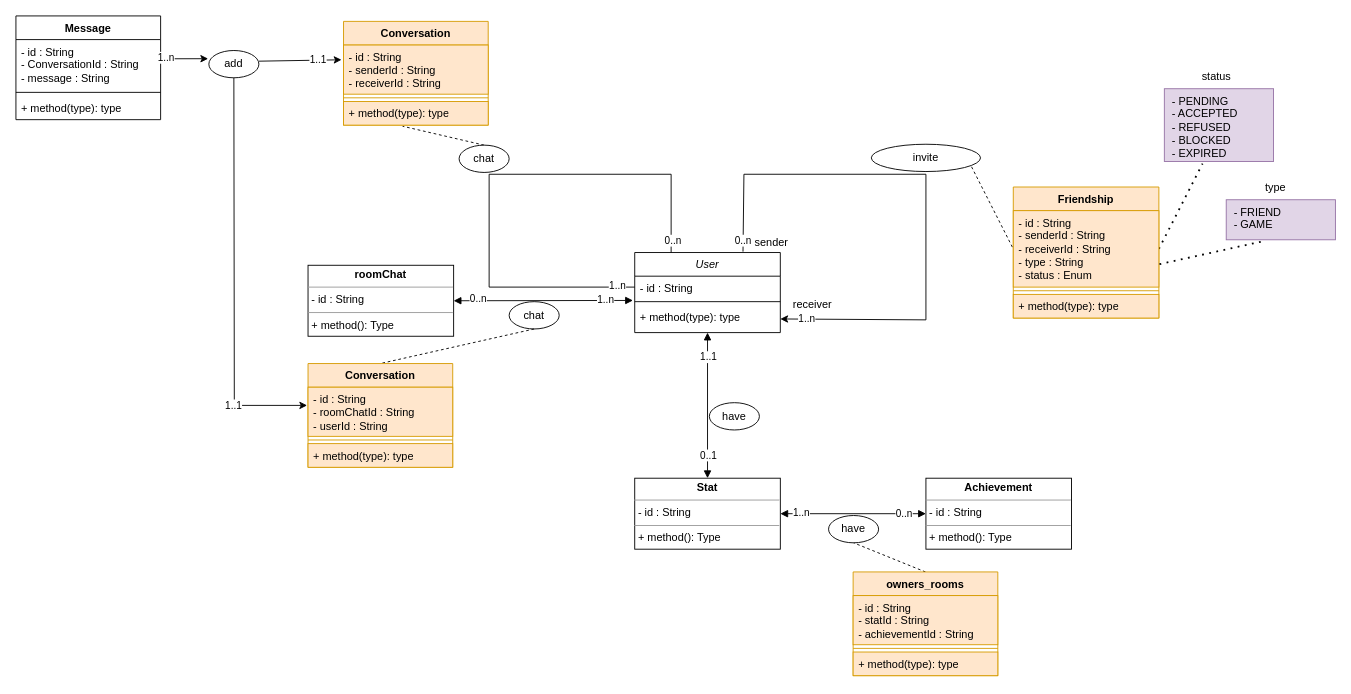
Before: class_diagram.drawio in FRAGG33R/whiff-waff, a draw.io diagram. Source tidied: cells renumbered, new cells numbered last; positions are measured from the earlier drawing's top-left corner, leaving out a move shared by most shapes. Both pictures are drawn from the tidied source at 91%, with x=0, y=0 at pixel (15, 15).
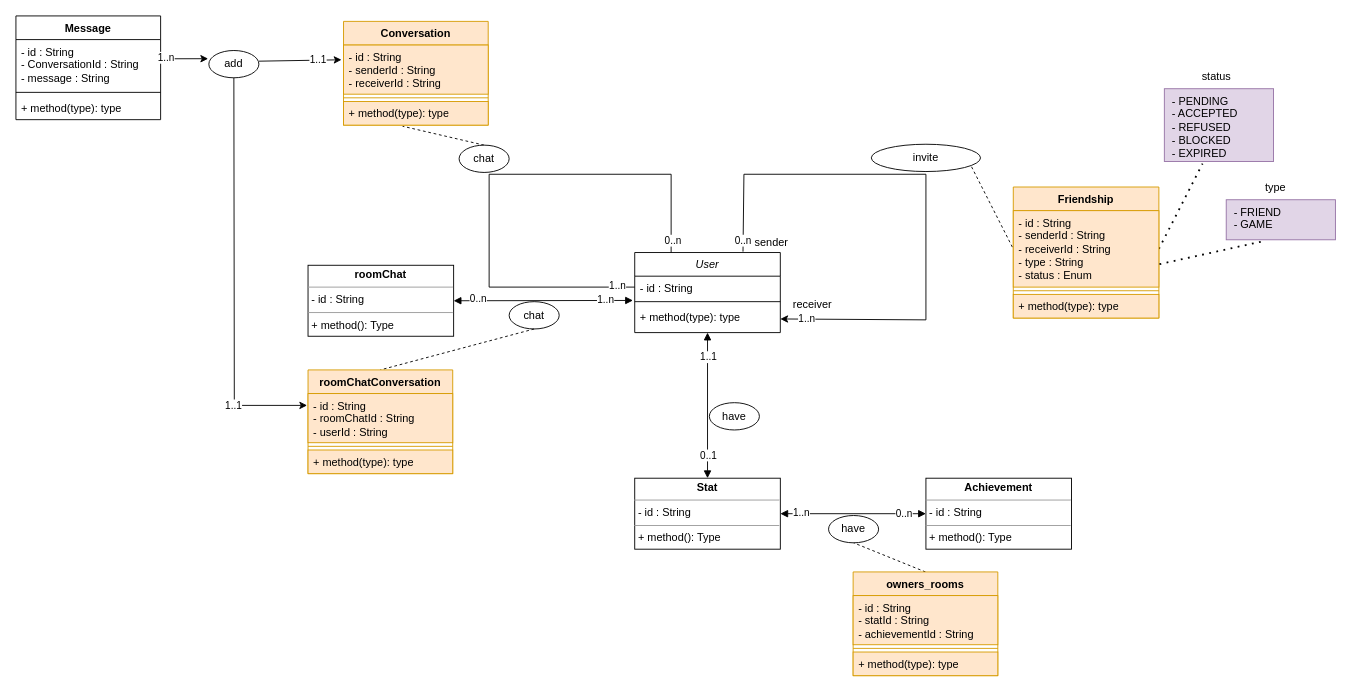
The same page after the edit.

Commit message:
fixe : chage an an entity to the right name

change conversation name to rooChatConversation for avoiding confusion

Change to the diagram source:
```diff
@@
-    <mxCell id="59" value="Conversation" style="swimlane;fontStyle=1;align=center;verticalAlign=top;horizontal=1;startSize=26;whiteSpace=wrap;html=1;fillColor=#ffe6cc;strokeColor=#d79b00;" parent="1" vertex="1">
-      <mxGeometry x="321" y="382" width="159" height="114" as="geometry" />
+    <mxCell id="59" value="roomChatConversation" style="swimlane;fontStyle=1;align=center;verticalAlign=top;horizontal=1;startSize=26;whiteSpace=wrap;html=1;fillColor=#ffe6cc;strokeColor=#d79b00;" parent="1" vertex="1">
+      <mxGeometry x="321" y="389" width="159" height="114" as="geometry" />
     </mxCell>
```
